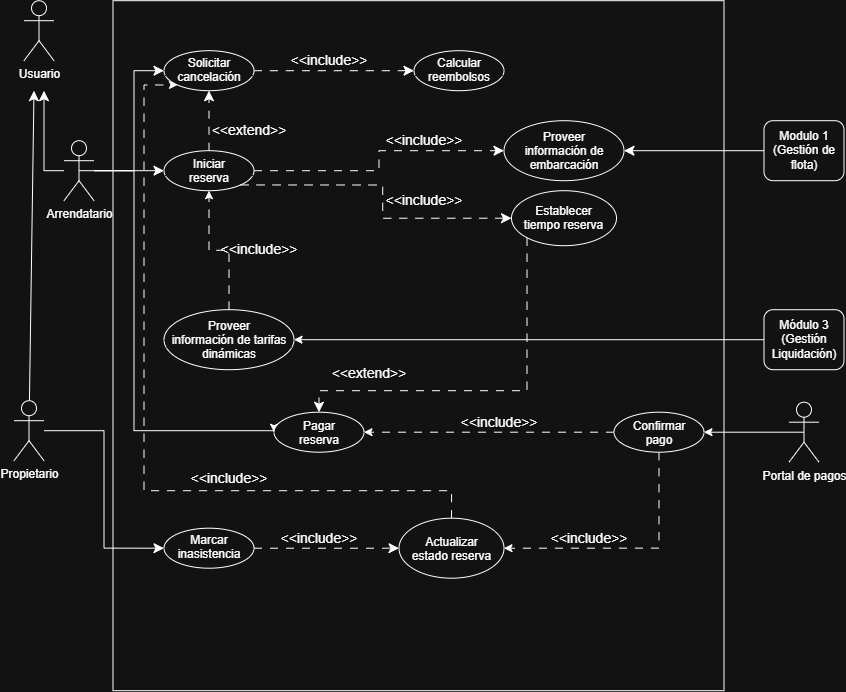
Earlier version of the draw.io export Documentación/Sea-Share module-Modulo 2.drawio.png (Alyson2105/SeaShare-modulo-2). Source tidied: cells renumbered, new cells last; positions are measured from the earlier drawing's top-left corner, leaving out a move shared by most shapes.
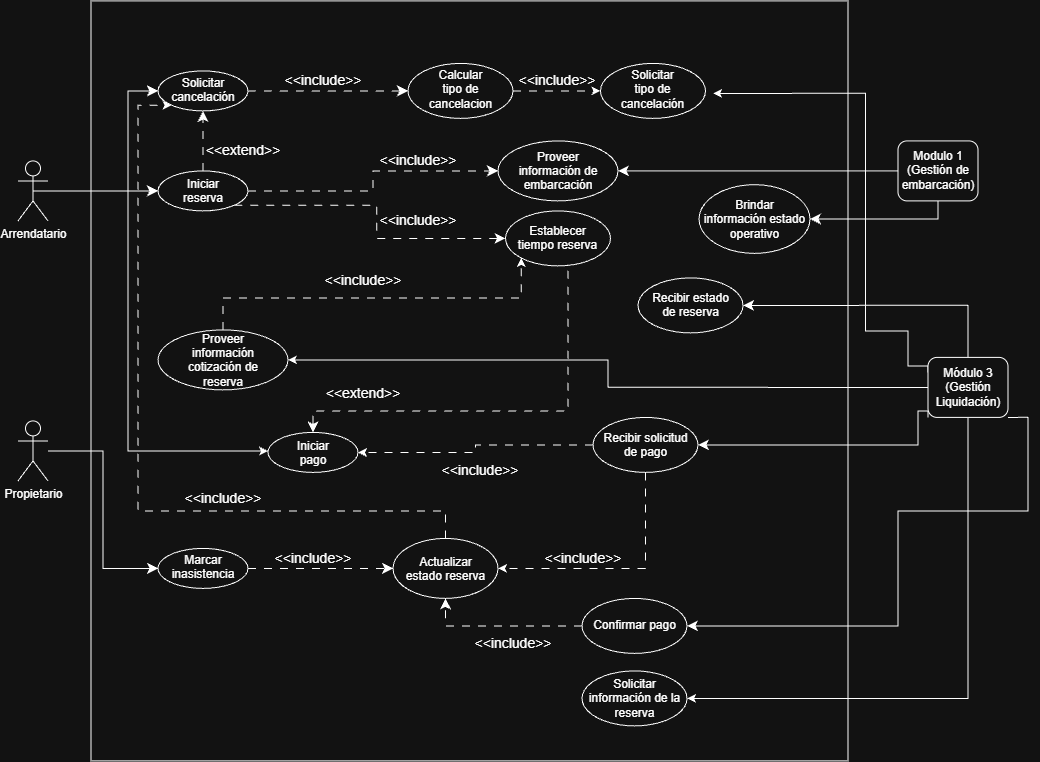
The same diagram one commit later.

Commit message:
Fix: Correciones al diagrama de casos de uso

The edit, as a diff of the source:
```diff
@@ -3,27 +3,14 @@
     <mxCell id="0" />
     <mxCell id="1" parent="0" />
     <mxCell id="2" style="rounded=0;whiteSpace=wrap;html=1;" parent="1" vertex="1">
-      <mxGeometry x="99" width="611" height="690" as="geometry" />
+      <mxGeometry x="83" y="-20" width="757" height="760" as="geometry" />
     </mxCell>
-    <mxCell id="3" value="Usuario" style="shape=umlActor;verticalLabelPosition=bottom;verticalAlign=top;html=1;" parent="1" vertex="1">
-      <mxGeometry x="10" width="30" height="60" as="geometry" />
-    </mxCell>
-    <mxCell id="4" style="edgeStyle=none;curved=1;rounded=0;jettySize=auto;html=1;fontSize=12;startSize=8;endSize=8;" parent="1" edge="1" source="6">
-      <mxGeometry relative="1" as="geometry">
-        <mxPoint x="20" y="90" as="targetPoint" />
-      </mxGeometry>
-    </mxCell>
     <mxCell id="5" style="edgeStyle=orthogonalEdgeStyle;rounded=0;jettySize=auto;html=1;entryX=0;entryY=0.5;entryDx=0;entryDy=0;fontSize=12;startSize=8;endSize=8;" parent="1" edge="1" source="6" target="21">
       <mxGeometry relative="1" as="geometry" />
     </mxCell>
     <mxCell id="6" value="Propietario" style="shape=umlActor;verticalLabelPosition=bottom;verticalAlign=top;html=1;outlineConnect=0;" parent="1" vertex="1">
-      <mxGeometry y="400" width="30" height="60" as="geometry" />
+      <mxGeometry x="10" y="400" width="30" height="60" as="geometry" />
     </mxCell>
-    <mxCell id="7" style="edgeStyle=orthogonalEdgeStyle;rounded=0;jettySize=auto;html=1;fontSize=12;startSize=8;endSize=8;" parent="1" edge="1" source="11">
-      <mxGeometry relative="1" as="geometry">
-        <mxPoint x="30" y="90" as="targetPoint" />
-      </mxGeometry>
-    </mxCell>
     <mxCell id="8" style="edgeStyle=none;curved=1;rounded=0;jettySize=auto;html=1;fontSize=12;startSize=8;endSize=8;" parent="1" edge="1" source="11" target="14">
       <mxGeometry relative="1" as="geometry" />
     </mxCell>
@@ -45,16 +32,18 @@
       </mxGeometry>
     </mxCell>
     <mxCell id="11" value="Arrendatario" style="shape=umlActor;verticalLabelPosition=bottom;verticalAlign=top;html=1;outlineConnect=0;" parent="1" vertex="1">
-      <mxGeometry x="50" y="140" width="30" height="60" as="geometry" />
+      <mxGeometry x="10" y="140" width="30" height="60" as="geometry" />
     </mxCell>
     <mxCell id="12" style="edgeStyle=orthogonalEdgeStyle;rounded=0;jettySize=auto;html=1;fontSize=12;startSize=8;endSize=8;dashed=1;dashPattern=8 8;" parent="1" edge="1" source="14" target="23">
       <mxGeometry relative="1" as="geometry" />
     </mxCell>
-    <mxCell id="13" style="edgeStyle=orthogonalEdgeStyle;rounded=0;jettySize=auto;html=1;entryX=0.5;entryY=0;entryDx=0;entryDy=0;fontSize=12;startSize=8;endSize=8;dashed=1;dashPattern=8 8;exitX=0;exitY=1;exitDx=0;exitDy=0;" parent="1" edge="1" source="37" target="29">
+    <mxCell id="13" style="edgeStyle=orthogonalEdgeStyle;rounded=0;jettySize=auto;html=1;entryX=0.5;entryY=0;entryDx=0;entryDy=0;fontSize=12;startSize=8;endSize=8;dashed=1;dashPattern=8 8;exitX=0.5;exitY=1;exitDx=0;exitDy=0;" parent="1" edge="1" source="37" target="29">
       <mxGeometry relative="1" as="geometry">
         <Array as="points">
-          <mxPoint x="512.7" y="390" />
-          <mxPoint x="305" y="390" />
+          <mxPoint x="550" y="236.5" />
+          <mxPoint x="560" y="236.5" />
+          <mxPoint x="560" y="390.1" />
+          <mxPoint x="305.1" y="390.1" />
         </Array>
       </mxGeometry>
     </mxCell>
@@ -67,8 +56,8 @@
     <mxCell id="16" style="edgeStyle=orthogonalEdgeStyle;rounded=0;jettySize=auto;html=1;exitX=0.5;exitY=1;exitDx=0;exitDy=0;entryX=1;entryY=0.5;entryDx=0;entryDy=0;dashed=1;dashPattern=8 8;" parent="1" edge="1" source="17" target="19">
       <mxGeometry relative="1" as="geometry" />
     </mxCell>
-    <mxCell id="17" value="Confirmar pago" style="ellipse;whiteSpace=wrap;html=1;shapeInside=1;" parent="1" vertex="1">
-      <mxGeometry x="600" y="411.5" width="90" height="40" as="geometry" />
+    <mxCell id="17" value="Recibir solicitud de pago&lt;div&gt;&lt;br/&gt;&lt;/div&gt;" style="ellipse;whiteSpace=wrap;html=1;shapeInside=1;" parent="1" vertex="1">
+      <mxGeometry x="585" y="396.5" width="105" height="55" as="geometry" />
     </mxCell>
     <mxCell id="18" style="edgeStyle=orthogonalEdgeStyle;rounded=0;jettySize=auto;html=1;exitX=0.5;exitY=0;exitDx=0;exitDy=0;entryX=0;entryY=1;entryDx=0;entryDy=0;dashed=1;dashPattern=8 8;" parent="1" edge="1" source="19" target="23">
       <mxGeometry relative="1" as="geometry">
@@ -94,32 +83,36 @@
     <mxCell id="23" value="Solicitar cancelación&lt;div&gt;&lt;br&gt;&lt;/div&gt;" style="ellipse;whiteSpace=wrap;html=1;shapeInside=1;" parent="1" vertex="1">
       <mxGeometry x="150" y="50" width="90" height="40" as="geometry" />
     </mxCell>
+    <mxCell id="51" style="edgeStyle=orthogonalEdgeStyle;shape=connector;rounded=0;jettySize=auto;html=1;exitX=1;exitY=0.5;exitDx=0;exitDy=0;entryX=0;entryY=0.5;entryDx=0;entryDy=0;dashed=1;strokeColor=default;align=center;verticalAlign=middle;fontFamily=Helvetica;fontSize=11;fontColor=default;labelBackgroundColor=default;endArrow=classic;dashPattern=8 8;" parent="1" edge="1" source="24" target="58">
+      <mxGeometry relative="1" as="geometry" />
+    </mxCell>
-    <mxCell id="24" value="Calcular reembolsos&lt;br&gt;&lt;div&gt;&lt;br&gt;&lt;/div&gt;" style="ellipse;whiteSpace=wrap;html=1;shapeInside=1;" parent="1" vertex="1">
-      <mxGeometry x="400" y="50" width="90" height="40" as="geometry" />
+    <mxCell id="24" value="Calcular tipo de cancelacion&lt;br&gt;&lt;div&gt;&lt;br&gt;&lt;/div&gt;" style="ellipse;whiteSpace=wrap;html=1;shapeInside=1;" parent="1" vertex="1">
+      <mxGeometry x="400" y="42.5" width="105" height="55" as="geometry" />
     </mxCell>
     <mxCell id="25" value="&amp;lt;&amp;lt;include&amp;gt;&amp;gt;" style="text;html=1;whiteSpace=wrap;strokeColor=none;fillColor=none;align=center;verticalAlign=middle;rounded=0;fontSize=14;" parent="1" vertex="1">
       <mxGeometry x="290" y="50" width="50" height="20" as="geometry" />
     </mxCell>
-    <mxCell id="26" style="edgeStyle=orthogonalEdgeStyle;rounded=0;jettySize=auto;html=1;exitX=0.5;exitY=0.5;exitDx=0;exitDy=0;exitPerimeter=0;entryX=1;entryY=0.5;entryDx=0;entryDy=0;" parent="1" edge="1" source="27" target="17">
-      <mxGeometry relative="1" as="geometry" />
-    </mxCell>
-    <mxCell id="27" value="Portal de pagos" style="shape=umlActor;verticalLabelPosition=bottom;verticalAlign=top;html=1;outlineConnect=0;" parent="1" vertex="1">
-      <mxGeometry x="775" y="401.5" width="30" height="60" as="geometry" />
-    </mxCell>
     <mxCell id="28" value="&amp;lt;&amp;lt;extend&amp;gt;&amp;gt;" style="text;html=1;whiteSpace=wrap;strokeColor=none;fillColor=none;align=center;verticalAlign=middle;rounded=0;fontSize=14;" parent="1" vertex="1">
       <mxGeometry x="210" y="120" width="50" height="20" as="geometry" />
     </mxCell>
-    <mxCell id="29" value="&lt;div&gt;Pagar reserva&lt;/div&gt;" style="ellipse;whiteSpace=wrap;html=1;shapeInside=1;" parent="1" vertex="1">
+    <mxCell id="29" value="Iniciar pago" style="ellipse;whiteSpace=wrap;html=1;shapeInside=1;" parent="1" vertex="1">
       <mxGeometry x="260" y="411.5" width="90" height="40" as="geometry" />
     </mxCell>
     <mxCell id="30" value="&amp;lt;&amp;lt;extend&amp;gt;&amp;gt;" style="text;html=1;whiteSpace=wrap;strokeColor=none;fillColor=none;align=center;verticalAlign=middle;rounded=0;fontSize=14;" parent="1" vertex="1">
       <mxGeometry x="330" y="362.5" width="50" height="20" as="geometry" />
     </mxCell>
     <mxCell id="31" value="&amp;lt;&amp;lt;include&amp;gt;&amp;gt;" style="text;html=1;whiteSpace=wrap;strokeColor=none;fillColor=none;align=center;verticalAlign=middle;rounded=0;fontSize=14;rotation=0;" parent="1" vertex="1">
-      <mxGeometry x="460" y="411.5" width="50" height="20" as="geometry" />
+      <mxGeometry x="447" y="440" width="50" height="20" as="geometry" />
     </mxCell>
+    <mxCell id="52" style="edgeStyle=orthogonalEdgeStyle;rounded=0;jettySize=auto;html=1;entryX=1;entryY=0.5;entryDx=0;entryDy=0;fontSize=12;startSize=8;endSize=8;" parent="1" edge="1" source="32" target="66">
+      <mxGeometry relative="1" as="geometry">
+        <Array as="points">
+          <mxPoint x="930" y="198.2" />
+        </Array>
+      </mxGeometry>
+    </mxCell>
-    <mxCell id="32" value="Modulo 1 (Gestión de flota)" style="rounded=1;whiteSpace=wrap;html=1;" parent="1" vertex="1">
-      <mxGeometry x="750" y="120" width="80" height="60" as="geometry" />
+    <mxCell id="32" value="Modulo 1 (Gestión de embarcación)" style="rounded=1;whiteSpace=wrap;html=1;" parent="1" vertex="1">
+      <mxGeometry x="890" y="120" width="80" height="60" as="geometry" />
     </mxCell>
     <mxCell id="33" style="edgeStyle=orthogonalEdgeStyle;rounded=0;jettySize=auto;html=1;fontSize=12;startSize=8;endSize=8;exitX=0;exitY=0.5;exitDx=0;exitDy=0;entryX=1;entryY=0.5;entryDx=0;entryDy=0;" parent="1" edge="1" source="32" target="34">
       <mxGeometry relative="1" as="geometry" />
@@ -160,20 +153,81 @@
     <mxCell id="45" style="edgeStyle=orthogonalEdgeStyle;rounded=0;jettySize=auto;html=1;exitX=0;exitY=0.5;exitDx=0;exitDy=0;entryX=1;entryY=0.5;entryDx=0;entryDy=0;" parent="1" edge="1" source="46" target="49">
       <mxGeometry relative="1" as="geometry" />
     </mxCell>
+    <mxCell id="53" style="edgeStyle=orthogonalEdgeStyle;shape=connector;rounded=0;jettySize=auto;html=1;exitX=0;exitY=0.25;exitDx=0;exitDy=0;entryX=1;entryY=0.5;entryDx=0;entryDy=0;strokeColor=default;align=center;verticalAlign=middle;fontFamily=Helvetica;fontSize=11;fontColor=default;labelBackgroundColor=default;endArrow=classic;" parent="1" edge="1" source="46">
+      <mxGeometry relative="1" as="geometry">
+        <mxPoint x="705" y="72.5" as="targetPoint" />
+        <Array as="points">
+          <mxPoint x="900" y="345" />
+          <mxPoint x="900" y="310" />
+          <mxPoint x="857.5" y="310" />
+          <mxPoint x="857.5" y="72.5" />
+        </Array>
+      </mxGeometry>
+    </mxCell>
+    <mxCell id="54" style="edgeStyle=orthogonalEdgeStyle;rounded=0;jettySize=auto;html=1;exitX=0;exitY=1;exitDx=0;exitDy=0;entryX=1;entryY=0.5;entryDx=0;entryDy=0;fontSize=12;startSize=8;endSize=8;" parent="1" edge="1" source="46" target="17">
+      <mxGeometry relative="1" as="geometry">
+        <Array as="points">
+          <mxPoint x="910" y="390" />
+          <mxPoint x="910" y="424" />
+        </Array>
+      </mxGeometry>
+    </mxCell>
+    <mxCell id="55" style="edgeStyle=orthogonalEdgeStyle;rounded=0;jettySize=auto;html=1;entryX=1;entryY=0.5;entryDx=0;entryDy=0;fontSize=12;startSize=8;endSize=8;exitX=1;exitY=1;exitDx=0;exitDy=0;" parent="1" edge="1" source="46" target="61">
+      <mxGeometry relative="1" as="geometry">
+        <Array as="points">
+          <mxPoint x="1020" y="490" />
+          <mxPoint x="890" y="490" />
+          <mxPoint x="890" y="605" />
+        </Array>
+      </mxGeometry>
+    </mxCell>
+    <mxCell id="56" style="edgeStyle=orthogonalEdgeStyle;rounded=0;jettySize=auto;html=1;exitX=0.5;exitY=0;exitDx=0;exitDy=0;entryX=1;entryY=0.5;entryDx=0;entryDy=0;fontSize=12;startSize=8;endSize=8;" parent="1" edge="1" source="46" target="64">
+      <mxGeometry relative="1" as="geometry" />
+    </mxCell>
+    <mxCell id="57" style="edgeStyle=orthogonalEdgeStyle;rounded=0;jettySize=auto;html=1;exitX=0.5;exitY=1;exitDx=0;exitDy=0;entryX=1;entryY=0.5;entryDx=0;entryDy=0;" parent="1" edge="1" source="46" target="65">
+      <mxGeometry relative="1" as="geometry" />
+    </mxCell>
     <mxCell id="46" value="Módulo 3&lt;div&gt;(Gestión Liquidación)&lt;/div&gt;" style="rounded=1;whiteSpace=wrap;html=1;" parent="1" vertex="1">
-      <mxGeometry x="750" y="309" width="80" height="60" as="geometry" />
+      <mxGeometry x="920" y="336.5" width="80" height="60" as="geometry" />
     </mxCell>
     <mxCell id="47" value="&amp;lt;&amp;lt;include&amp;gt;&amp;gt;" style="text;html=1;whiteSpace=wrap;strokeColor=none;fillColor=none;align=center;verticalAlign=middle;rounded=0;fontSize=14;rotation=0;" parent="1" vertex="1">
       <mxGeometry x="190" y="468" width="50" height="20" as="geometry" />
     </mxCell>
-    <mxCell id="48" style="edgeStyle=orthogonalEdgeStyle;rounded=0;jettySize=auto;html=1;exitX=0.5;exitY=0;exitDx=0;exitDy=0;entryX=0.5;entryY=1;entryDx=0;entryDy=0;dashed=1;dashPattern=8 8;" parent="1" edge="1" source="49" target="14">
+    <mxCell id="48" style="edgeStyle=orthogonalEdgeStyle;rounded=0;jettySize=auto;html=1;exitX=0.5;exitY=0;exitDx=0;exitDy=0;entryX=0;entryY=1;entryDx=0;entryDy=0;dashed=1;dashPattern=8 8;" parent="1" edge="1" source="49" target="37">
       <mxGeometry relative="1" as="geometry" />
     </mxCell>
-    <mxCell id="49" value="Proveer información de tarifas dinámicas" style="ellipse;whiteSpace=wrap;html=1;shapeInside=1;" parent="1" vertex="1">
+    <mxCell id="49" value="Proveer información cotización de reserva" style="ellipse;whiteSpace=wrap;html=1;shapeInside=1;" parent="1" vertex="1">
       <mxGeometry x="150" y="309" width="130" height="60" as="geometry" />
     </mxCell>
     <mxCell id="50" value="&amp;lt;&amp;lt;include&amp;gt;&amp;gt;" style="text;html=1;whiteSpace=wrap;strokeColor=none;fillColor=none;align=center;verticalAlign=middle;rounded=0;fontSize=14;rotation=0;" parent="1" vertex="1">
-      <mxGeometry x="220" y="239" width="50" height="20" as="geometry" />
+      <mxGeometry x="330" y="250" width="50" height="20" as="geometry" />
     </mxCell>
+    <mxCell id="58" value="&lt;span style=&quot;background-color: transparent; color: light-dark(rgb(0, 0, 0), rgb(255, 255, 255));&quot;&gt;Solicitar tipo de cancelación&lt;/span&gt;" style="ellipse;whiteSpace=wrap;html=1;shapeInside=1;" parent="1" vertex="1">
+      <mxGeometry x="592.5" y="42.5" width="105" height="55" as="geometry" />
+    </mxCell>
+    <mxCell id="59" value="&amp;lt;&amp;lt;include&amp;gt;&amp;gt;" style="text;html=1;whiteSpace=wrap;strokeColor=none;fillColor=none;align=center;verticalAlign=middle;rounded=0;fontSize=14;" parent="1" vertex="1">
+      <mxGeometry x="524" y="50" width="50" height="20" as="geometry" />
+    </mxCell>
+    <mxCell id="60" style="edgeStyle=orthogonalEdgeStyle;rounded=0;jettySize=auto;html=1;exitX=0;exitY=0.5;exitDx=0;exitDy=0;entryX=0.5;entryY=1;entryDx=0;entryDy=0;fontSize=12;startSize=8;endSize=8;dashed=1;dashPattern=8 8;" parent="1" edge="1" source="61" target="19">
+      <mxGeometry relative="1" as="geometry" />
+    </mxCell>
+    <mxCell id="61" value="&lt;div&gt;Confirmar pago&lt;/div&gt;" style="ellipse;whiteSpace=wrap;html=1;shapeInside=1;" parent="1" vertex="1">
+      <mxGeometry x="574" y="577.5" width="105" height="55" as="geometry" />
+    </mxCell>
+    <mxCell id="62" style="group;" parent="1" vertex="1">
+      <mxGeometry x="480" y="612.5" width="50" height="20" as="geometry" />
+    </mxCell>
+    <mxCell id="63" value="&amp;lt;&amp;lt;include&amp;gt;&amp;gt;" style="text;html=1;whiteSpace=wrap;strokeColor=none;fillColor=none;align=center;verticalAlign=middle;rounded=0;fontSize=14;rotation=0;" parent="62" vertex="1">
+      <mxGeometry width="50" height="20" as="geometry" />
+    </mxCell>
+    <mxCell id="64" value="Recibir estado de reserva" style="ellipse;whiteSpace=wrap;html=1;shapeInside=1;" parent="1" vertex="1">
+      <mxGeometry x="630" y="257" width="105" height="55" as="geometry" />
+    </mxCell>
+    <mxCell id="65" value="Solicitar información de la reserva&lt;div&gt;&lt;br/&gt;&lt;/div&gt;" style="ellipse;whiteSpace=wrap;html=1;shapeInside=1;" parent="1" vertex="1">
+      <mxGeometry x="574" y="650" width="105" height="55" as="geometry" />
+    </mxCell>
+    <mxCell id="66" value="Brindar información estado operativo" style="ellipse;whiteSpace=wrap;html=1;shapeInside=1;" parent="1" vertex="1">
+      <mxGeometry x="691" y="163.8" width="111" height="68.8" as="geometry" />
+    </mxCell>
   </root>
 </mxGraphModel>
```
